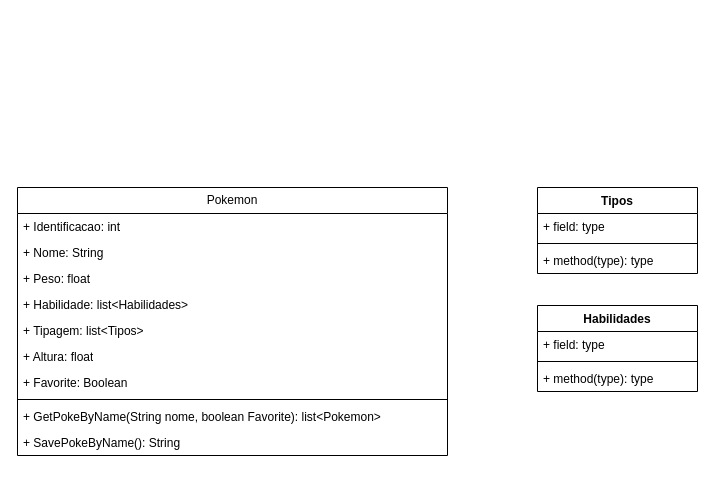
Before: Diagramas/Diagrama de Classe/DiagramaDeClasses.drawio in lu-css/Pokejournal, a draw.io diagram. Source tidied: cells renumbered, new cells numbered last; positions are measured from the earlier drawing's top-left corner, leaving out a move shared by most shapes. Both pictures are drawn from the tidied source at 100%, with x=0, y=0 at pixel (17, 187).
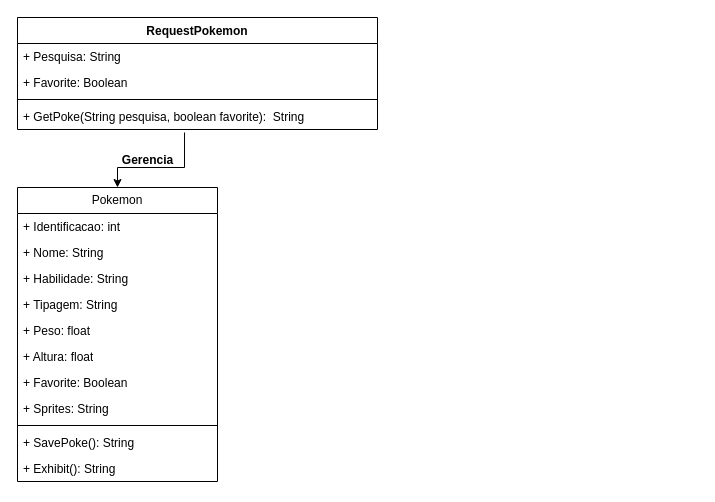
The same page after the edit.

Commit message:
Finalizando o diagrama de classes

The edit, as a diff of the source:
```diff
@@
     <mxCell id="2" value="Pokemon" style="swimlane;fontStyle=0;horizontal=1;startSize=26;fillColor=none;whiteSpace=wrap;html=1;" parent="1" vertex="1">
-      <mxGeometry width="430" height="268" as="geometry" />
+      <mxGeometry width="200" height="294" as="geometry" />
     </mxCell>
     <mxCell id="3" value="+ Identificacao: int" style="text;strokeColor=none;fillColor=none;align=left;verticalAlign=top;spacingLeft=4;spacingRight=4;overflow=hidden;whiteSpace=wrap;html=1;" parent="2" vertex="1">
-      <mxGeometry y="26" width="430" height="26" as="geometry" />
+      <mxGeometry y="26" width="200" height="26" as="geometry" />
     </mxCell>
     <mxCell id="4" value="+ Nome: String" style="text;align=left;verticalAlign=top;spacingLeft=4;spacingRight=4;overflow=hidden;" parent="2" vertex="1">
-      <mxGeometry y="52" width="430" height="26" as="geometry" />
+      <mxGeometry y="52" width="200" height="26" as="geometry" />
     </mxCell>
-    <mxCell id="5" value="+ Peso: float" style="text;align=left;verticalAlign=top;spacingLeft=4;spacingRight=4;overflow=hidden;rounded=0;shadow=0;html=0;" parent="2" vertex="1">
-      <mxGeometry y="78" width="430" height="26" as="geometry" />
-    </mxCell>
-    <mxCell id="6" value="+ Habilidade: list&lt;Habilidades&gt;" style="text;align=left;verticalAlign=top;spacingLeft=4;spacingRight=4;overflow=hidden;rounded=0;shadow=0;html=0;" parent="2" vertex="1">
-      <mxGeometry y="104" width="430" height="26" as="geometry" />
+    <mxCell id="6" value="+ Habilidade: String" style="text;align=left;verticalAlign=top;spacingLeft=4;spacingRight=4;overflow=hidden;rounded=0;shadow=0;html=0;" parent="2" vertex="1">
+      <mxGeometry y="78" width="200" height="26" as="geometry" />
     </mxCell>
-    <mxCell id="7" value="+ Tipagem: list&amp;lt;Tipos&amp;gt;" style="text;strokeColor=none;fillColor=none;align=left;verticalAlign=top;spacingLeft=4;spacingRight=4;overflow=hidden;whiteSpace=wrap;html=1;" parent="2" vertex="1">
-      <mxGeometry y="130" width="430" height="26" as="geometry" />
+    <mxCell id="7" value="+ Tipagem: String" style="text;strokeColor=none;fillColor=none;align=left;verticalAlign=top;spacingLeft=4;spacingRight=4;overflow=hidden;whiteSpace=wrap;html=1;" parent="2" vertex="1">
+      <mxGeometry y="104" width="200" height="26" as="geometry" />
     </mxCell>
+    <mxCell id="5" value="+ Peso: float" style="text;align=left;verticalAlign=top;spacingLeft=4;spacingRight=4;overflow=hidden;rounded=0;shadow=0;html=0;" parent="2" vertex="1">
+      <mxGeometry y="130" width="200" height="26" as="geometry" />
+    </mxCell>
     <mxCell id="8" value="+ Altura: float" style="text;strokeColor=none;fillColor=none;align=left;verticalAlign=top;spacingLeft=4;spacingRight=4;overflow=hidden;whiteSpace=wrap;html=1;" parent="2" vertex="1">
-      <mxGeometry y="156" width="430" height="26" as="geometry" />
+      <mxGeometry y="156" width="200" height="26" as="geometry" />
     </mxCell>
     <mxCell id="9" value="+ Favorite: Boolean" style="text;strokeColor=none;fillColor=none;align=left;verticalAlign=top;spacingLeft=4;spacingRight=4;overflow=hidden;whiteSpace=wrap;html=1;" parent="2" vertex="1">
-      <mxGeometry y="182" width="430" height="26" as="geometry" />
+      <mxGeometry y="182" width="200" height="26" as="geometry" />
     </mxCell>
+    <mxCell id="21" value="+ Sprites: String" style="text;strokeColor=none;fillColor=none;align=left;verticalAlign=top;spacingLeft=4;spacingRight=4;overflow=hidden;whiteSpace=wrap;html=1;" parent="2" vertex="1">
+      <mxGeometry y="208" width="200" height="26" as="geometry" />
+    </mxCell>
     <mxCell id="10" style="line;html=1;strokeWidth=1;align=left;verticalAlign=middle;spacingTop=-1;spacingLeft=3;spacingRight=3;labelPosition=right;" parent="2" vertex="1">
-      <mxGeometry y="208" width="430" height="8" as="geometry" />
+      <mxGeometry y="234" width="200" height="8" as="geometry" />
     </mxCell>
-    <mxCell id="11" value="+ GetPokeByName(String nome, boolean Favorite): list&amp;lt;Pokemon&amp;gt;" style="text;strokeColor=none;fillColor=none;align=left;verticalAlign=top;spacingLeft=4;spacingRight=4;overflow=hidden;whiteSpace=wrap;html=1;" parent="2" vertex="1">
-      <mxGeometry y="216" width="430" height="26" as="geometry" />
-    </mxCell>
-    <mxCell id="12" value="+ SavePokeByName(): String" style="text;align=left;verticalAlign=top;spacingLeft=4;spacingRight=4;overflow=hidden;" parent="2" vertex="1">
-      <mxGeometry y="242" width="430" height="26" as="geometry" />
+    <mxCell id="12" value="+ SavePoke(): String" style="text;align=left;verticalAlign=top;spacingLeft=4;spacingRight=4;overflow=hidden;" parent="2" vertex="1">
+      <mxGeometry y="242" width="200" height="26" as="geometry" />
     </mxCell>
-    <mxCell id="13" value="Tipos" style="swimlane;fontStyle=1;align=center;verticalAlign=top;horizontal=1;startSize=26;whiteSpace=wrap;html=1;" parent="1" vertex="1">
-      <mxGeometry x="520" width="160" height="86" as="geometry" />
-    </mxCell>
-    <mxCell id="14" value="+ field: type" style="text;strokeColor=none;fillColor=none;align=left;verticalAlign=top;spacingLeft=4;spacingRight=4;overflow=hidden;whiteSpace=wrap;html=1;" parent="13" vertex="1">
-      <mxGeometry y="26" width="160" height="26" as="geometry" />
-    </mxCell>
-    <mxCell id="15" style="line;strokeWidth=1;fillColor=none;align=left;verticalAlign=middle;spacingTop=-1;spacingLeft=3;spacingRight=3;labelPosition=right;strokeColor=inherit;" parent="13" vertex="1">
-      <mxGeometry y="52" width="160" height="8" as="geometry" />
-    </mxCell>
-    <mxCell id="16" value="+ method(type): type" style="text;strokeColor=none;fillColor=none;align=left;verticalAlign=top;spacingLeft=4;spacingRight=4;overflow=hidden;whiteSpace=wrap;html=1;" parent="13" vertex="1">
-      <mxGeometry y="60" width="160" height="26" as="geometry" />
-    </mxCell>
-    <mxCell id="17" value="Habilidades" style="swimlane;fontStyle=1;align=center;verticalAlign=top;horizontal=1;startSize=26;whiteSpace=wrap;html=1;" parent="1" vertex="1">
-      <mxGeometry x="520" y="118" width="160" height="86" as="geometry" />
-    </mxCell>
-    <mxCell id="18" value="+ field: type" style="text;strokeColor=none;fillColor=none;align=left;verticalAlign=top;spacingLeft=4;spacingRight=4;overflow=hidden;whiteSpace=wrap;html=1;" parent="17" vertex="1">
-      <mxGeometry y="26" width="160" height="26" as="geometry" />
-    </mxCell>
-    <mxCell id="19" style="line;strokeWidth=1;fillColor=none;align=left;verticalAlign=middle;spacingTop=-1;spacingLeft=3;spacingRight=3;labelPosition=right;strokeColor=inherit;" parent="17" vertex="1">
-      <mxGeometry y="52" width="160" height="8" as="geometry" />
-    </mxCell>
-    <mxCell id="20" value="+ method(type): type" style="text;strokeColor=none;fillColor=none;align=left;verticalAlign=top;spacingLeft=4;spacingRight=4;overflow=hidden;whiteSpace=wrap;html=1;" parent="17" vertex="1">
-      <mxGeometry y="60" width="160" height="26" as="geometry" />
-    </mxCell>
+    <mxCell id="22" value="+ Exhibit(): String" style="text;align=left;verticalAlign=top;spacingLeft=4;spacingRight=4;overflow=hidden;" parent="2" vertex="1">
+      <mxGeometry y="268" width="200" height="26" as="geometry" />
+    </mxCell>
+    <mxCell id="23" value="RequestPokemon" style="swimlane;fontStyle=1;align=center;verticalAlign=top;horizontal=1;startSize=26;whiteSpace=wrap;html=1;" parent="1" vertex="1">
+      <mxGeometry y="-170" width="360" height="112" as="geometry" />
+    </mxCell>
+    <mxCell id="24" value="+ Pesquisa: String" style="text;strokeColor=none;fillColor=none;align=left;verticalAlign=top;spacingLeft=4;spacingRight=4;overflow=hidden;whiteSpace=wrap;html=1;" parent="23" vertex="1">
+      <mxGeometry y="26" width="360" height="26" as="geometry" />
+    </mxCell>
+    <mxCell id="25" value="+ Favorite: Boolean" style="text;strokeColor=none;fillColor=none;align=left;verticalAlign=top;spacingLeft=4;spacingRight=4;overflow=hidden;whiteSpace=wrap;html=1;" parent="23" vertex="1">
+      <mxGeometry y="52" width="360" height="26" as="geometry" />
+    </mxCell>
+    <mxCell id="26" style="line;strokeWidth=1;fillColor=none;align=left;verticalAlign=middle;spacingTop=-1;spacingLeft=3;spacingRight=3;labelPosition=right;strokeColor=inherit;" parent="23" vertex="1">
+      <mxGeometry y="78" width="360" height="8" as="geometry" />
+    </mxCell>
+    <mxCell id="27" value="+ GetPoke(String pesquisa, boolean favorite):&amp;nbsp; String" style="text;strokeColor=none;fillColor=none;align=left;verticalAlign=top;spacingLeft=4;spacingRight=4;overflow=hidden;points=[[0,0.5],[1,0.5]];portConstraint=eastwest;whiteSpace=wrap;html=1;" parent="23" vertex="1">
+      <mxGeometry y="86" width="360" height="26" as="geometry" />
+    </mxCell>
+    <mxCell id="28" style="endArrow=classic;html=1;rounded=0;exitX=0.464;exitY=1.115;exitDx=0;exitDy=0;exitPerimeter=0;entryX=0.5;entryY=0;entryDx=0;entryDy=0;" parent="1" edge="1" source="27" target="2">
+      <mxGeometry relative="1" as="geometry">
+        <Array as="points">
+          <mxPoint x="167" y="-20" />
+          <mxPoint x="100" y="-20" />
+        </Array>
+      </mxGeometry>
+    </mxCell>
+    <mxCell id="29" value="Gerencia" style="text;align=center;fontStyle=1;verticalAlign=middle;spacingLeft=3;spacingRight=3;strokeColor=none;html=1;" parent="1" vertex="1">
+      <mxGeometry x="90" y="-40" width="80" height="26" as="geometry" />
+    </mxCell>
```
